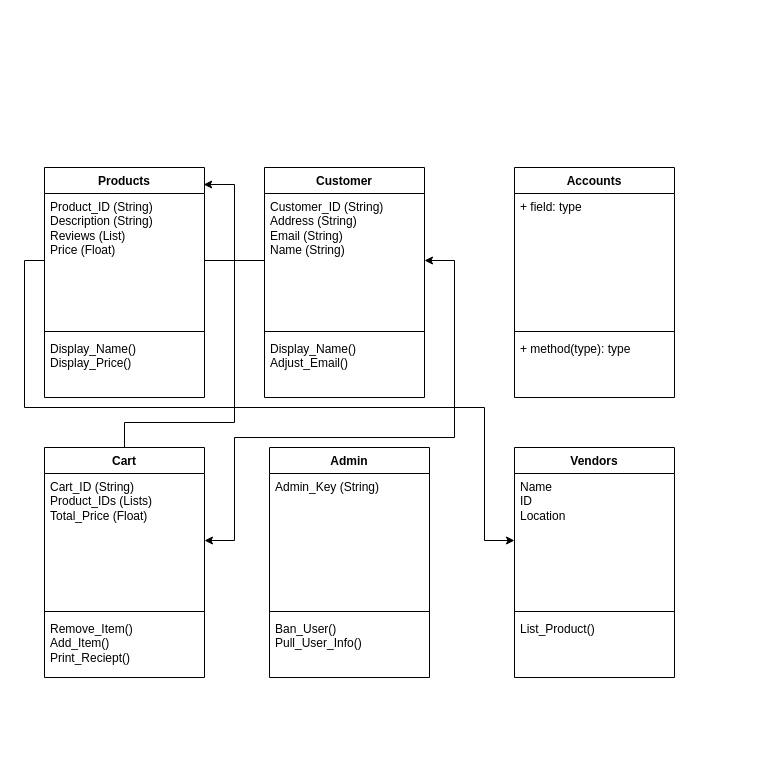
Before: TemplinB-OOP-ClassSchema.drawio in TemplinB/TemplinB-OOP-Classwork, a draw.io diagram. Source tidied: cells renumbered, new cells numbered last; positions are measured from the earlier drawing's top-left corner, leaving out a move shared by most shapes. Both pictures are drawn from the tidied source at 100%, with x=0, y=0 at pixel (24, 167).
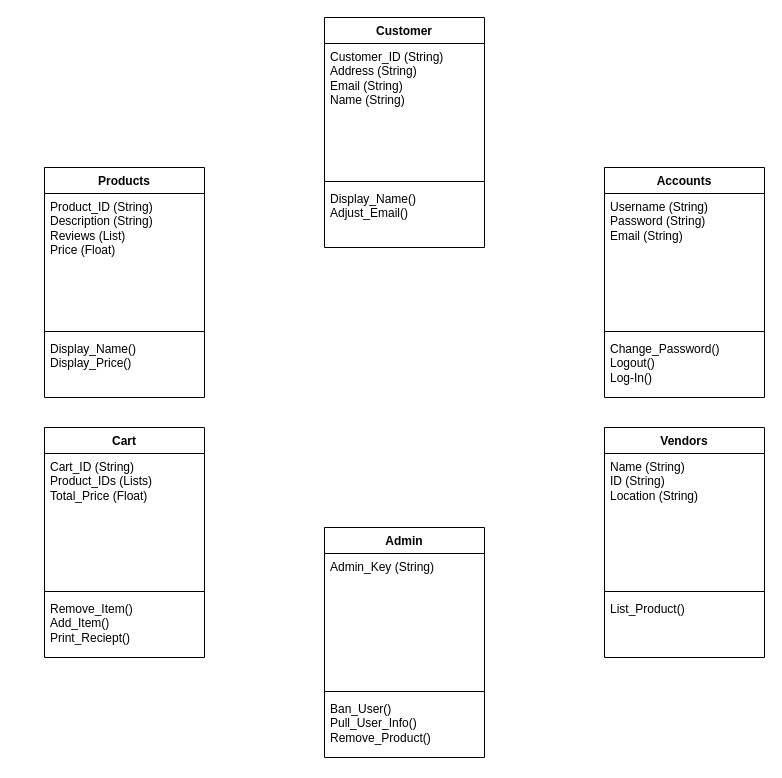
After the change.

Unchanged cells that the change refers to:
```xml
<mxCell id="3" value="&lt;div&gt;Customer_ID (String)&lt;/div&gt;&lt;div&gt;Address (String)&lt;/div&gt;&lt;div&gt;Email (String)&lt;/div&gt;&lt;div&gt;Name (String)&lt;/div&gt;&lt;div&gt;&lt;br&gt;&lt;/div&gt;&lt;div&gt;&lt;br&gt;&lt;/div&gt;" style="text;strokeColor=none;fillColor=none;align=left;verticalAlign=top;spacingLeft=4;spacingRight=4;overflow=hidden;points=[[0,0.5],[1,0.5]];portConstraint=eastwest;whiteSpace=wrap;html=1;" parent="2" vertex="1">
  <mxGeometry y="26" width="160" height="134" as="geometry" />
</mxCell>
<mxCell id="6" value="Products" style="swimlane;fontStyle=1;align=center;verticalAlign=top;horizontal=1;startSize=26;whiteSpace=wrap;html=1;" parent="1" vertex="1">
  <mxGeometry x="20" width="160" height="230" as="geometry" />
</mxCell>
<mxCell id="7" value="&lt;div&gt;Product_ID (String)&lt;/div&gt;Description (String)&lt;div&gt;Reviews (List)&lt;/div&gt;&lt;div&gt;Price (Float)&lt;/div&gt;&lt;div&gt;&lt;br&gt;&lt;/div&gt;" style="text;strokeColor=none;fillColor=none;align=left;verticalAlign=top;spacingLeft=4;spacingRight=4;overflow=hidden;points=[[0,0.5],[1,0.5]];portConstraint=eastwest;whiteSpace=wrap;html=1;" parent="6" vertex="1">
  <mxGeometry y="26" width="160" height="134" as="geometry" />
</mxCell>
<mxCell id="20" value="&lt;div&gt;Cart_ID (String)&lt;/div&gt;Product_IDs (Lists)&lt;div&gt;Total_Price (Float)&lt;/div&gt;" style="text;strokeColor=none;fillColor=none;align=left;verticalAlign=top;spacingLeft=4;spacingRight=4;overflow=hidden;points=[[0,0.5],[1,0.5]];portConstraint=eastwest;whiteSpace=wrap;html=1;" parent="19" vertex="1">
  <mxGeometry y="26" width="160" height="134" as="geometry" />
</mxCell>
```

Change to the diagram source:
```diff
@@
     <mxCell id="2" value="Customer" style="swimlane;fontStyle=1;align=center;verticalAlign=top;horizontal=1;startSize=26;whiteSpace=wrap;html=1;" parent="1" vertex="1">
-      <mxGeometry x="240" width="160" height="230" as="geometry" />
+      <mxGeometry x="300" y="-150" width="160" height="230" as="geometry" />
     </mxCell>
@@
     <mxCell id="10" value="Vendors" style="swimlane;fontStyle=1;align=center;verticalAlign=top;horizontal=1;startSize=26;whiteSpace=wrap;html=1;" parent="1" vertex="1">
-      <mxGeometry x="490" y="280" width="160" height="230" as="geometry" />
+      <mxGeometry x="580" y="260" width="160" height="230" as="geometry" />
     </mxCell>
-    <mxCell id="11" value="Name&lt;br&gt;ID&lt;div&gt;Location&lt;/div&gt;&lt;div&gt;&lt;br&gt;&lt;/div&gt;" style="text;strokeColor=none;fillColor=none;align=left;verticalAlign=top;spacingLeft=4;spacingRight=4;overflow=hidden;points=[[0,0.5],[1,0.5]];portConstraint=eastwest;whiteSpace=wrap;html=1;" parent="10" vertex="1">
+    <mxCell id="11" value="Name (String)&lt;br&gt;ID (String)&lt;div&gt;Location (String)&lt;/div&gt;&lt;div&gt;&lt;br&gt;&lt;/div&gt;" style="text;strokeColor=none;fillColor=none;align=left;verticalAlign=top;spacingLeft=4;spacingRight=4;overflow=hidden;points=[[0,0.5],[1,0.5]];portConstraint=eastwest;whiteSpace=wrap;html=1;" parent="10" vertex="1">
       <mxGeometry y="26" width="160" height="134" as="geometry" />
     </mxCell>
@@
     <mxCell id="14" value="Accounts" style="swimlane;fontStyle=1;align=center;verticalAlign=top;horizontal=1;startSize=26;whiteSpace=wrap;html=1;" parent="1" vertex="1">
-      <mxGeometry x="490" width="160" height="230" as="geometry" />
+      <mxGeometry x="580" width="160" height="230" as="geometry" />
     </mxCell>
-    <mxCell id="15" value="+ field: type" style="text;strokeColor=none;fillColor=none;align=left;verticalAlign=top;spacingLeft=4;spacingRight=4;overflow=hidden;whiteSpace=wrap;html=1;" parent="14" vertex="1">
+    <mxCell id="15" value="Username (String)&lt;div&gt;Password (String)&lt;/div&gt;&lt;div&gt;Email (String)&lt;/div&gt;" style="text;strokeColor=none;fillColor=none;align=left;verticalAlign=top;spacingLeft=4;spacingRight=4;overflow=hidden;whiteSpace=wrap;html=1;" parent="14" vertex="1">
       <mxGeometry y="26" width="160" height="134" as="geometry" />
     </mxCell>
@@
-    <mxCell id="17" value="+ method(type): type" style="text;strokeColor=none;fillColor=none;align=left;verticalAlign=top;spacingLeft=4;spacingRight=4;overflow=hidden;whiteSpace=wrap;html=1;" parent="14" vertex="1">
+    <mxCell id="17" value="Change_Password()&lt;div&gt;Logout()&lt;/div&gt;&lt;div&gt;Log-In()&lt;/div&gt;" style="text;strokeColor=none;fillColor=none;align=left;verticalAlign=top;spacingLeft=4;spacingRight=4;overflow=hidden;whiteSpace=wrap;html=1;" parent="14" vertex="1">
       <mxGeometry y="168" width="160" height="62" as="geometry" />
     </mxCell>
-    <mxCell id="18" style="edgeStyle=orthogonalEdgeStyle;rounded=0;jettySize=auto;html=1;entryX=0.995;entryY=0.074;entryDx=0;entryDy=0;entryPerimeter=0;" parent="1" edge="1" source="19" target="6">
-      <mxGeometry relative="1" as="geometry">
-        <Array as="points">
-          <mxPoint x="100" y="255" />
-          <mxPoint x="210" y="255" />
-          <mxPoint x="210" y="17" />
-        </Array>
-      </mxGeometry>
-    </mxCell>
     <mxCell id="19" value="Cart" style="swimlane;fontStyle=1;align=center;verticalAlign=top;horizontal=1;startSize=26;whiteSpace=wrap;html=1;" parent="1" vertex="1">
-      <mxGeometry x="20" y="280" width="160" height="230" as="geometry" />
+      <mxGeometry x="20" y="260" width="160" height="230" as="geometry" />
     </mxCell>
@@
-    <mxCell id="23" style="endArrow=none;html=1;rounded=0;exitX=1;exitY=0.5;exitDx=0;exitDy=0;entryX=0;entryY=0.5;entryDx=0;entryDy=0;" parent="1" edge="1" source="7" target="3">
-      <mxGeometry relative="1" as="geometry" />
-    </mxCell>
-    <mxCell id="24" style="endArrow=classic;startArrow=classic;html=1;rounded=0;entryX=1;entryY=0.5;entryDx=0;entryDy=0;exitX=1;exitY=0.5;exitDx=0;exitDy=0;" parent="1" edge="1" source="20" target="3">
-      <mxGeometry relative="1" as="geometry">
-        <Array as="points">
-          <mxPoint x="210" y="373" />
-          <mxPoint x="210" y="270" />
-          <mxPoint x="430" y="270" />
-          <mxPoint x="430" y="93" />
-        </Array>
-      </mxGeometry>
-    </mxCell>
-    <mxCell id="25" style="endArrow=classic;html=1;rounded=0;entryX=0;entryY=0.5;entryDx=0;entryDy=0;exitX=0;exitY=0.5;exitDx=0;exitDy=0;" parent="1" edge="1" source="7" target="11">
-      <mxGeometry relative="1" as="geometry">
-        <Array as="points">
-          <mxPoint y="93" />
-          <mxPoint y="240" />
-          <mxPoint x="460" y="240" />
-          <mxPoint x="460" y="373" />
-        </Array>
-      </mxGeometry>
-    </mxCell>
     <mxCell id="26" value="Admin" style="swimlane;fontStyle=1;align=center;verticalAlign=top;horizontal=1;startSize=26;whiteSpace=wrap;html=1;" parent="1" vertex="1">
-      <mxGeometry x="245" y="280" width="160" height="230" as="geometry" />
+      <mxGeometry x="300" y="360" width="160" height="230" as="geometry" />
     </mxCell>
@@
-    <mxCell id="29" value="Ban_User()&lt;div&gt;Pull_User_Info()&lt;/div&gt;" style="text;strokeColor=none;fillColor=none;align=left;verticalAlign=top;spacingLeft=4;spacingRight=4;overflow=hidden;whiteSpace=wrap;html=1;" parent="26" vertex="1">
+    <mxCell id="29" value="Ban_User()&lt;div&gt;Pull_User_Info()&lt;/div&gt;&lt;div&gt;Remove_Product()&lt;/div&gt;" style="text;strokeColor=none;fillColor=none;align=left;verticalAlign=top;spacingLeft=4;spacingRight=4;overflow=hidden;whiteSpace=wrap;html=1;" parent="26" vertex="1">
       <mxGeometry y="168" width="160" height="62" as="geometry" />
     </mxCell>
```
